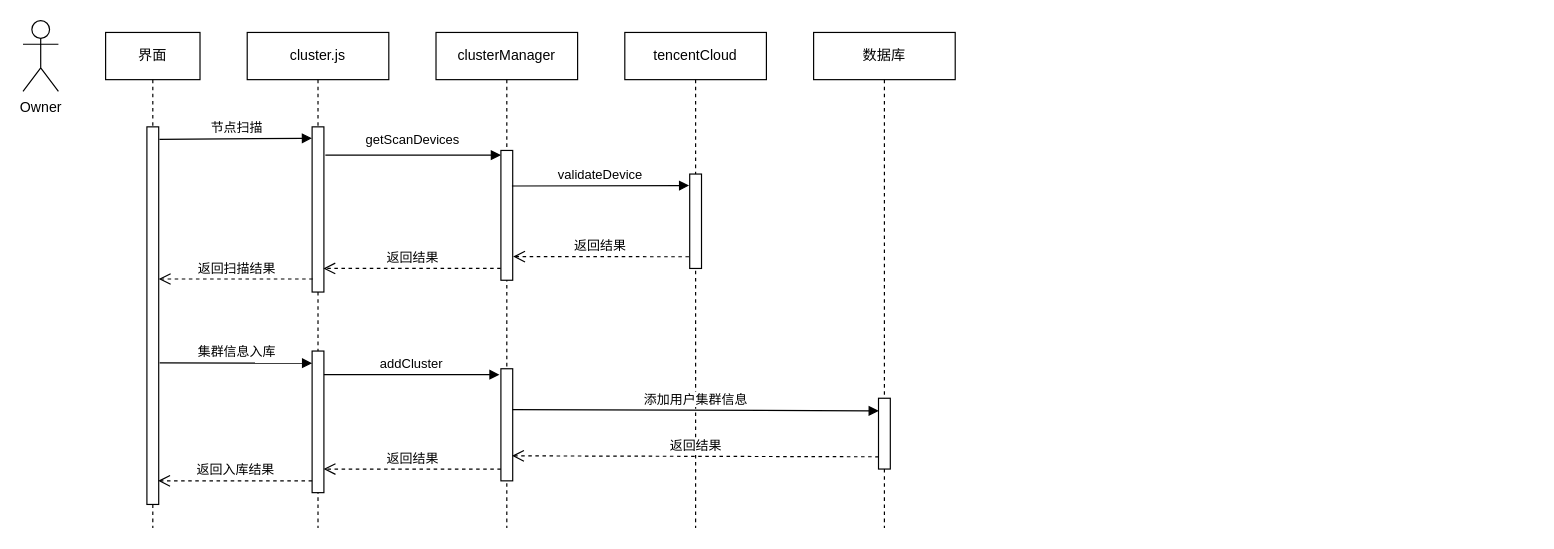
The draw.io diagram 节点管理子模块时序图.drawio in 972424611/imageStore, before the edit. Source tidied: cells renumbered, new cells numbered last; positions are measured from the earlier drawing's top-left corner, leaving out a move shared by most shapes. Both pictures are drawn from the tidied source at 118%, with x=0, y=0 at pixel (22, 20).
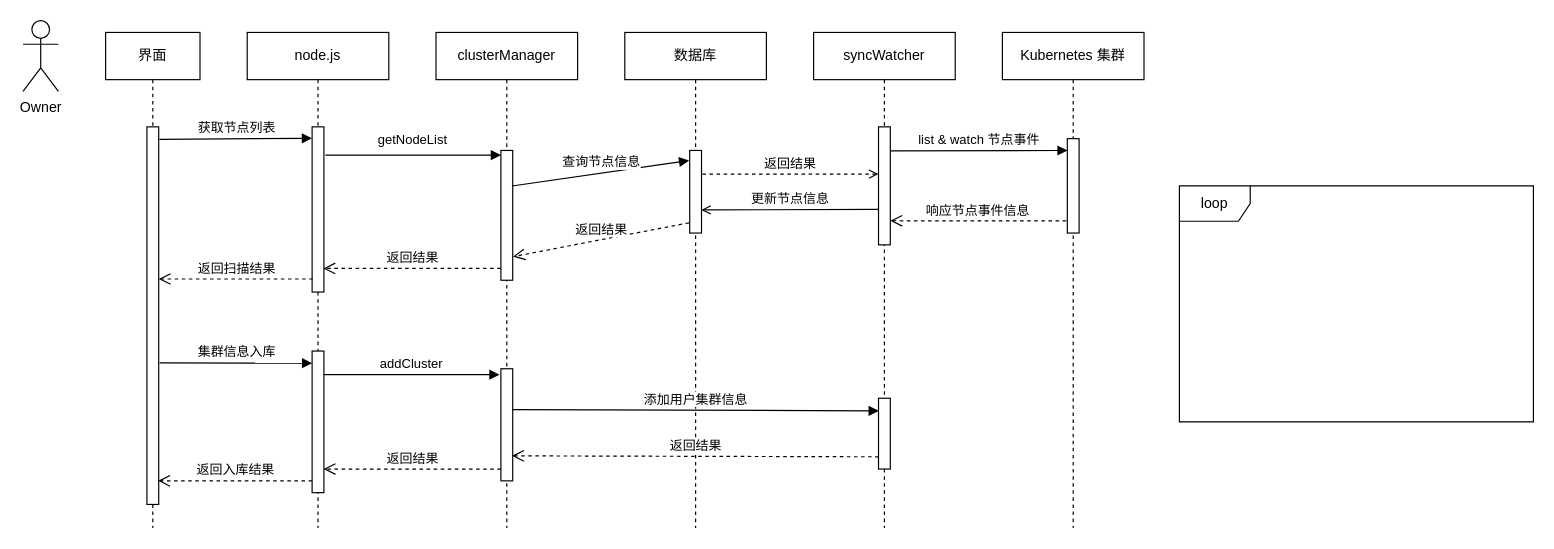
The same page after the edit.

Commit message (it also covers changes not shown here):
Update 节点管理子模块时序图.drawio

The change refers to these unchanged cells:
```xml
<mxCell id="8" style="html=1;points=[];perimeter=orthogonalPerimeter;" parent="1" vertex="1">
  <mxGeometry x="105" y="90" width="10" height="320" as="geometry" />
</mxCell>
<mxCell id="9" style="html=1;points=[];perimeter=orthogonalPerimeter;" parent="1" vertex="1">
  <mxGeometry x="245" y="90" width="10" height="140" as="geometry" />
</mxCell>
<mxCell id="11" style="html=1;points=[];perimeter=orthogonalPerimeter;" parent="1" vertex="1">
  <mxGeometry x="405" y="110" width="10" height="110" as="geometry" />
</mxCell>
```

Diff of the diagram source:
```diff
@@
-    <mxCell id="2" value="数据库" style="shape=umlLifeline;perimeter=lifelinePerimeter;whiteSpace=wrap;html=1;" parent="1" vertex="1">
+    <mxCell id="2" value="syncWatcher" style="shape=umlLifeline;perimeter=lifelinePerimeter;whiteSpace=wrap;html=1;" parent="1" vertex="1">
       <mxGeometry x="670" y="10" width="120" height="420" as="geometry" />
     </mxCell>
+    <mxCell id="27" style="html=1;perimeter=orthogonalPerimeter;" parent="2" vertex="1">
+      <mxGeometry x="55" y="80" width="10" height="100" as="geometry" />
+    </mxCell>
+    <mxCell id="28" value="返回结果" style="html=1;verticalAlign=bottom;endArrow=none;dashed=1;endSize=8;rounded=0;exitX=-0.014;exitY=0.909;exitDx=0;exitDy=0;exitPerimeter=0;entryX=0.952;entryY=0.857;entryDx=0;entryDy=0;entryPerimeter=0;startArrow=open;startFill=0;endFill=0;" parent="2" edge="1">
+      <mxGeometry relative="1" as="geometry">
+        <mxPoint x="55" y="120" as="sourcePoint" />
+        <mxPoint x="-95.3" y="120" as="targetPoint" />
+      </mxGeometry>
+    </mxCell>
-    <mxCell id="3" value="tencentCloud" style="shape=umlLifeline;perimeter=lifelinePerimeter;whiteSpace=wrap;html=1;" parent="1" vertex="1">
+    <mxCell id="3" value="数据库" style="shape=umlLifeline;perimeter=lifelinePerimeter;whiteSpace=wrap;html=1;" parent="1" vertex="1">
       <mxGeometry x="510" y="10" width="120" height="420" as="geometry" />
     </mxCell>
+    <mxCell id="13" style="html=1;points=[];perimeter=orthogonalPerimeter;" parent="3" vertex="1">
+      <mxGeometry x="55" y="100" width="10" height="70" as="geometry" />
+    </mxCell>
@@
-    <mxCell id="5" value="cluster.js" style="shape=umlLifeline;perimeter=lifelinePerimeter;whiteSpace=wrap;html=1;" parent="1" vertex="1">
+    <mxCell id="5" value="node.js" style="shape=umlLifeline;perimeter=lifelinePerimeter;whiteSpace=wrap;html=1;" parent="1" vertex="1">
       <mxGeometry x="190" y="10" width="120" height="420" as="geometry" />
     </mxCell>
@@
-    <mxCell id="10" value="节点扫描" style="html=1;verticalAlign=bottom;endArrow=block;rounded=0;exitX=1.06;exitY=0.033;exitDx=0;exitDy=0;exitPerimeter=0;entryX=-0.014;entryY=0.069;entryDx=0;entryDy=0;entryPerimeter=0;" parent="1" edge="1" source="8" target="9">
+    <mxCell id="10" value="获取节点列表" style="html=1;verticalAlign=bottom;endArrow=block;rounded=0;exitX=1.06;exitY=0.033;exitDx=0;exitDy=0;exitPerimeter=0;entryX=-0.014;entryY=0.069;entryDx=0;entryDy=0;entryPerimeter=0;" parent="1" edge="1" source="8" target="9">
       <mxGeometry relative="1" as="geometry" />
     </mxCell>
@@
-    <mxCell id="12" value="getScanDevices" style="html=1;verticalAlign=bottom;endArrow=block;rounded=0;exitX=1.124;exitY=0.171;exitDx=0;exitDy=0;exitPerimeter=0;" parent="1" edge="1" source="9" target="11">
+    <mxCell id="12" value="getNodeList" style="html=1;verticalAlign=bottom;endArrow=block;rounded=0;exitX=1.124;exitY=0.171;exitDx=0;exitDy=0;exitPerimeter=0;" parent="1" edge="1" source="9" target="11">
       <mxGeometry x="-0.01" y="4" relative="1" as="geometry" />
     </mxCell>
-    <mxCell id="13" style="html=1;points=[];perimeter=orthogonalPerimeter;" parent="1" vertex="1">
-      <mxGeometry x="565" y="130" width="10" height="80" as="geometry" />
-    </mxCell>
-    <mxCell id="14" value="validateDevice" style="html=1;verticalAlign=bottom;endArrow=block;rounded=0;entryX=-0.05;entryY=0.122;entryDx=0;entryDy=0;entryPerimeter=0;exitX=0.933;exitY=0.274;exitDx=0;exitDy=0;exitPerimeter=0;" parent="1" edge="1" source="11" target="13">
+    <mxCell id="14" value="查询节点信息" style="html=1;verticalAlign=bottom;endArrow=block;rounded=0;entryX=-0.05;entryY=0.122;entryDx=0;entryDy=0;entryPerimeter=0;exitX=0.933;exitY=0.274;exitDx=0;exitDy=0;exitPerimeter=0;" parent="1" edge="1" source="11" target="13">
       <mxGeometry relative="1" as="geometry" />
     </mxCell>
@@
+    <mxCell id="29" value="Kubernetes 集群" style="shape=umlLifeline;perimeter=lifelinePerimeter;whiteSpace=wrap;html=1;" parent="1" vertex="1">
+      <mxGeometry x="830" y="10" width="120" height="420" as="geometry" />
+    </mxCell>
+    <mxCell id="30" style="html=1;perimeter=orthogonalPerimeter;" parent="29" vertex="1">
+      <mxGeometry x="55" y="90" width="10" height="80" as="geometry" />
+    </mxCell>
+    <mxCell id="31" value="loop" style="shape=umlFrame;whiteSpace=wrap;html=1;" parent="1" vertex="1">
+      <mxGeometry x="980" y="140" width="300" height="200" as="geometry" />
+    </mxCell>
+    <mxCell id="32" value="list &amp;amp; watch 节点事件" style="html=1;verticalAlign=bottom;endArrow=block;rounded=0;entryX=-0.05;entryY=0.122;entryDx=0;entryDy=0;entryPerimeter=0;exitX=0.933;exitY=0.274;exitDx=0;exitDy=0;exitPerimeter=0;" parent="1" edge="1">
+      <mxGeometry relative="1" as="geometry">
+        <mxPoint x="735" y="110.4" as="sourcePoint" />
+        <mxPoint x="885.2" y="110" as="targetPoint" />
+      </mxGeometry>
+    </mxCell>
+    <mxCell id="33" value="响应节点事件信息" style="html=1;verticalAlign=bottom;endArrow=open;dashed=1;endSize=8;rounded=0;exitX=-0.063;exitY=0.876;exitDx=0;exitDy=0;exitPerimeter=0;entryX=1.033;entryY=0.818;entryDx=0;entryDy=0;entryPerimeter=0;" parent="1" edge="1">
+      <mxGeometry relative="1" as="geometry">
+        <mxPoint x="884" y="169.7" as="sourcePoint" />
+        <mxPoint x="735" y="169.6" as="targetPoint" />
+      </mxGeometry>
+    </mxCell>
+    <mxCell id="34" value="更新节点信息" style="html=1;verticalAlign=bottom;endArrow=none;rounded=0;entryX=-0.05;entryY=0.122;entryDx=0;entryDy=0;entryPerimeter=0;exitX=0.933;exitY=0.274;exitDx=0;exitDy=0;exitPerimeter=0;startArrow=open;startFill=0;endFill=0;" parent="1" edge="1">
+      <mxGeometry relative="1" as="geometry">
+        <mxPoint x="574.8" y="160.4" as="sourcePoint" />
+        <mxPoint x="725" y="160" as="targetPoint" />
+      </mxGeometry>
+    </mxCell>
```
